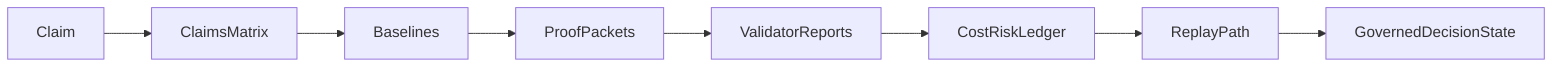
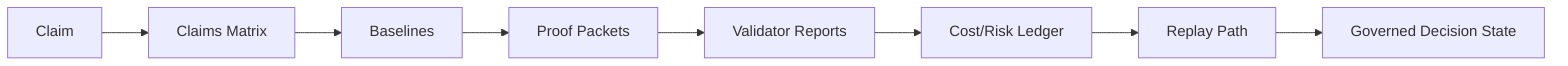
flowchart LR
-   Claim-->ClaimsMatrix-->Baselines-->ProofPackets-->ValidatorReports-->CostRiskLedger-->ReplayPath-->GovernedDecisionState
+   n0["Claim"] --> n1["Claims Matrix"]
+   n1["Claims Matrix"] --> n2["Baselines"]
+   n2["Baselines"] --> n3["Proof Packets"]
+   n3["Proof Packets"] --> n4["Validator Reports"]
+   n4["Validator Reports"] --> n5["Cost/Risk Ledger"]
+   n5["Cost/Risk Ledger"] --> n6["Replay Path"]
+   n6["Replay Path"] --> n7["Governed Decision State"]
